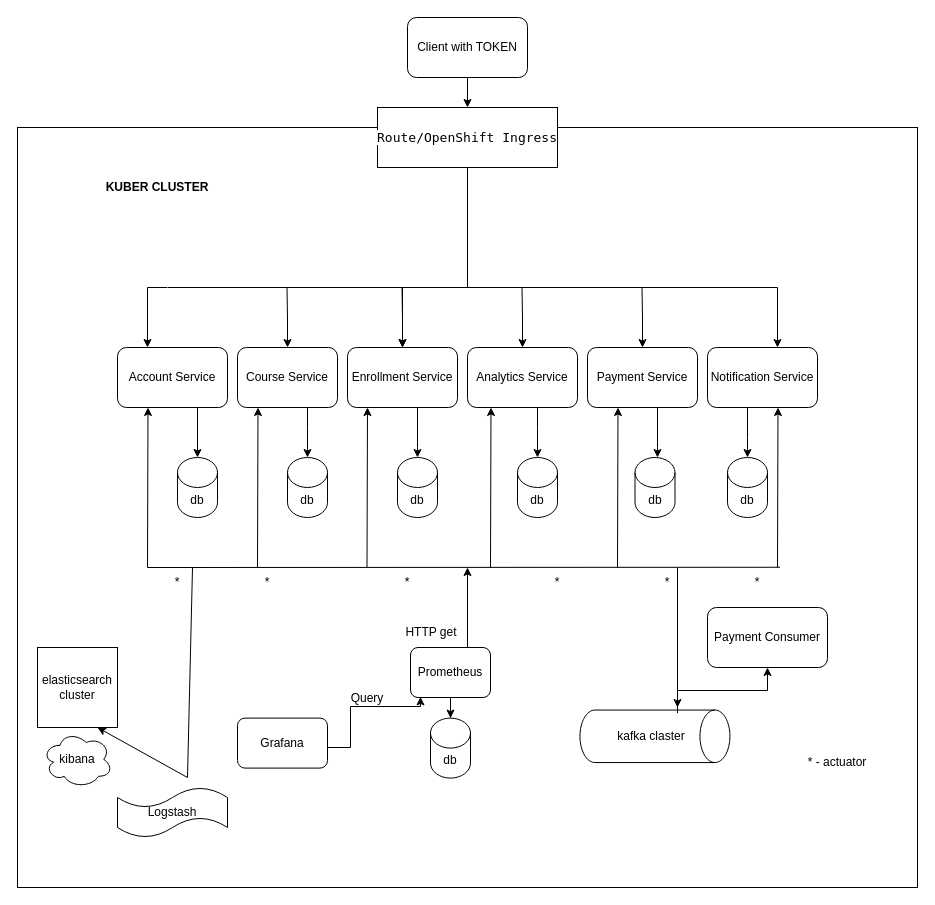
This is Диаграмма без названия.drawio from rishaleva/testTransactional, a draw.io file, before an edit. Source tidied: cells renumbered, new cells numbered last; positions are measured from the earlier drawing's top-left corner, leaving out a move shared by most shapes. Both pictures are drawn from the tidied source at 100%, with x=0, y=0 at pixel (17, 17).
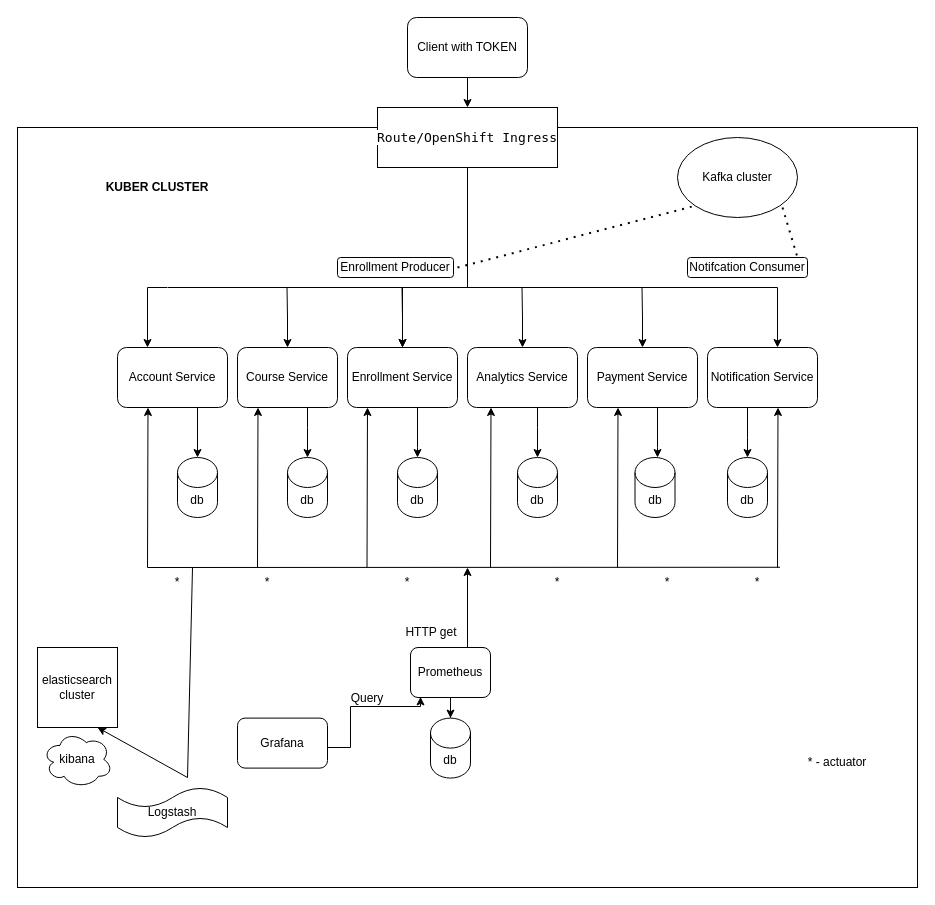
The same page after the edit.

Change to the diagram source:
```diff
@@
-    <mxCell id="55" style="shape=cylinder3;whiteSpace=wrap;html=1;boundedLbl=1;backgroundOutline=1;size=15;rotation=90;" parent="1" vertex="1">
-      <mxGeometry x="611.2" y="643.8" width="52.5" height="150" as="geometry" />
-    </mxCell>
-    <mxCell id="56" style="edgeStyle=orthogonalEdgeStyle;rounded=0;jettySize=auto;html=1;" parent="1" edge="1" source="57" target="58">
-      <mxGeometry relative="1" as="geometry">
-        <Array as="points">
-          <mxPoint x="660" y="673" />
-          <mxPoint x="750" y="673" />
-        </Array>
-      </mxGeometry>
-    </mxCell>
-    <mxCell id="57" value="kafka claster" style="text;html=1;align=center;verticalAlign=middle;whiteSpace=wrap;rounded=0;" parent="1" vertex="1">
-      <mxGeometry x="568.8" y="695.6" width="130" height="46.2" as="geometry" />
-    </mxCell>
-    <mxCell id="58" value="Payment Consumer" style="rounded=1;whiteSpace=wrap;html=1;" parent="1" vertex="1">
-      <mxGeometry x="690" y="590" width="120" height="60" as="geometry" />
+    <mxCell id="58" value="Notifcation Consumer" style="rounded=1;whiteSpace=wrap;html=1;" parent="1" vertex="1">
+      <mxGeometry x="670" y="240" width="120" height="20" as="geometry" />
     </mxCell>
-    <mxCell id="59" style="endArrow=classic;html=1;rounded=0;" parent="1" edge="1">
-      <mxGeometry relative="1" as="geometry">
-        <mxPoint x="660" y="550" as="sourcePoint" />
-        <mxPoint x="660" y="690" as="targetPoint" />
-      </mxGeometry>
-    </mxCell>
@@
+    <mxCell id="65" value="&lt;span style=&quot;color: rgb(0, 0, 0); font-family: Helvetica; font-size: 12px; font-style: normal; font-variant-ligatures: normal; font-variant-caps: normal; font-weight: 400; letter-spacing: normal; orphans: 2; text-align: center; text-indent: 0px; text-transform: none; widows: 2; word-spacing: 0px; -webkit-text-stroke-width: 0px; white-space: normal; background-color: rgb(251, 251, 251); text-decoration-thickness: initial; text-decoration-style: initial; text-decoration-color: initial; display: inline !important; float: none;&quot;&gt;Enrollment Producer&lt;/span&gt;" style="rounded=1;whiteSpace=wrap;html=1;" parent="1" vertex="1">
+      <mxGeometry x="320" y="240" width="116" height="20" as="geometry" />
+    </mxCell>
+    <mxCell id="66" value="Kafka cluster" style="ellipse;whiteSpace=wrap;html=1;" parent="1" vertex="1">
+      <mxGeometry x="660" y="120" width="120" height="80" as="geometry" />
+    </mxCell>
+    <mxCell id="67" style="endArrow=none;dashed=1;html=1;dashPattern=1 3;strokeWidth=2;rounded=0;entryX=0;entryY=1;entryDx=0;entryDy=0;" parent="1" edge="1" target="66">
+      <mxGeometry relative="1" as="geometry">
+        <mxPoint x="440" y="250" as="sourcePoint" />
+      </mxGeometry>
+    </mxCell>
+    <mxCell id="68" style="endArrow=none;dashed=1;html=1;dashPattern=1 3;strokeWidth=2;rounded=0;" parent="1" edge="1">
+      <mxGeometry relative="1" as="geometry">
+        <mxPoint x="765" y="190" as="sourcePoint" />
+        <mxPoint x="780" y="240" as="targetPoint" />
+      </mxGeometry>
+    </mxCell>
```
